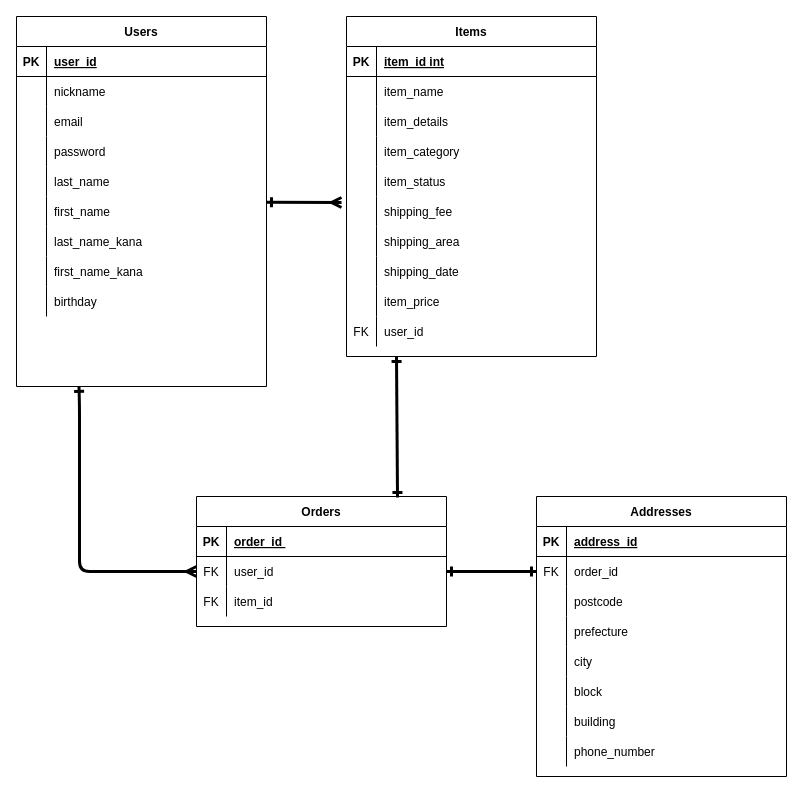
Earlier version of the draw.io diagram furima.dio (minori2109/furima-32518). Source tidied: cells renumbered, new cells numbered last; positions are measured from the earlier drawing's top-left corner, leaving out a move shared by most shapes. Both pictures are drawn from the tidied source at 100%, with x=0, y=0 at pixel (16, 16).
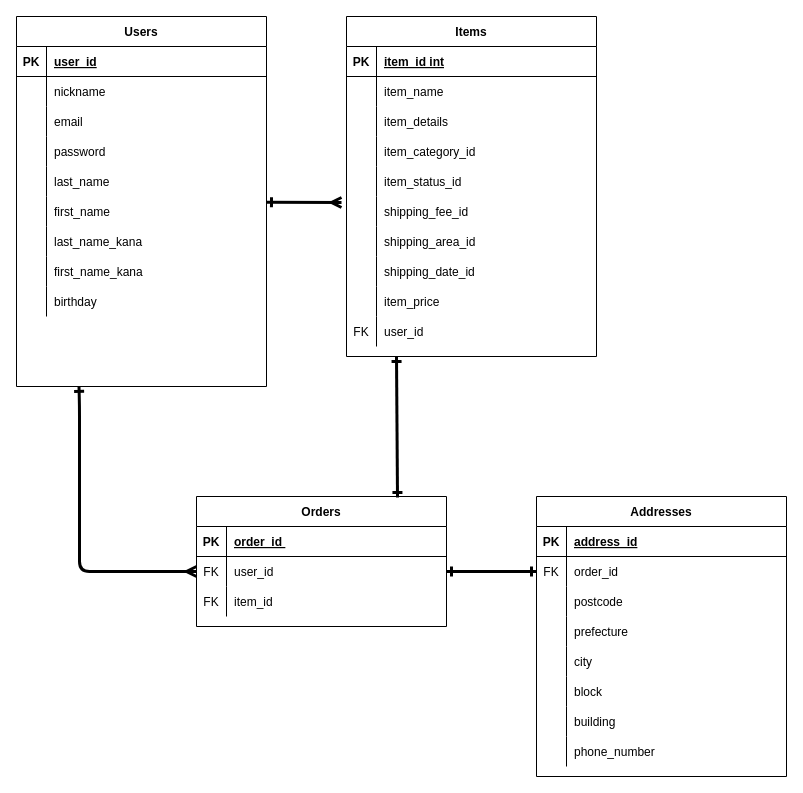
The same diagram, later.

Commit message (it also covers changes not shown here):
itemsテーブル修正

Unchanged cells that the change refers to:
```xml
<mxCell id="78" style="shape=partialRectangle;fillColor=none;top=0;left=0;right=0;bottom=0;" parent="68" vertex="1">
  <mxGeometry y="120" width="250" height="30" as="geometry" />
</mxCell>
<mxCell id="81" style="shape=partialRectangle;fillColor=none;top=0;left=0;right=0;bottom=0;" parent="68" vertex="1">
  <mxGeometry y="150" width="250" height="30" as="geometry" />
</mxCell>
<mxCell id="84" style="shape=partialRectangle;fillColor=none;points=[[0,0.5],[1,0.5]];portConstraint=eastwest;top=0;left=0;right=0;bottom=0;" parent="68" vertex="1">
  <mxGeometry y="180" width="250" height="30" as="geometry" />
</mxCell>
<mxCell id="87" style="shape=partialRectangle;fillColor=none;top=0;left=0;right=0;bottom=0;" parent="68" vertex="1">
  <mxGeometry y="210" width="250" height="30" as="geometry" />
</mxCell>
<mxCell id="90" style="shape=partialRectangle;fillColor=none;top=0;left=0;right=0;bottom=0;" parent="68" vertex="1">
  <mxGeometry y="240" width="250" height="30" as="geometry" />
</mxCell>
```

What changed in the source:
```diff
@@
-    <mxCell id="80" value="item_category " style="shape=partialRectangle;overflow=hidden;fillColor=none;top=0;left=0;bottom=0;right=0;align=left;spacingLeft=6;" parent="78" vertex="1">
+    <mxCell id="80" value="item_category_id" style="shape=partialRectangle;overflow=hidden;fillColor=none;top=0;left=0;bottom=0;right=0;align=left;spacingLeft=6;" parent="78" vertex="1">
       <mxGeometry x="30" width="220" height="30" as="geometry" />
     </mxCell>
@@
-    <mxCell id="83" value="item_status" style="shape=partialRectangle;overflow=hidden;fillColor=none;top=0;left=0;bottom=0;right=0;align=left;spacingLeft=6;" parent="81" vertex="1">
+    <mxCell id="83" value="item_status_id" style="shape=partialRectangle;overflow=hidden;fillColor=none;top=0;left=0;bottom=0;right=0;align=left;spacingLeft=6;" parent="81" vertex="1">
       <mxGeometry x="30" width="220" height="30" as="geometry" />
     </mxCell>
@@
-    <mxCell id="86" value="shipping_fee " style="shape=partialRectangle;overflow=hidden;fillColor=none;top=0;left=0;bottom=0;right=0;align=left;spacingLeft=6;" parent="84" vertex="1">
+    <mxCell id="86" value="shipping_fee_id" style="shape=partialRectangle;overflow=hidden;fillColor=none;top=0;left=0;bottom=0;right=0;align=left;spacingLeft=6;" parent="84" vertex="1">
       <mxGeometry x="30" width="220" height="30" as="geometry" />
     </mxCell>
@@
-    <mxCell id="89" value="shipping_area" style="shape=partialRectangle;overflow=hidden;fillColor=none;top=0;left=0;bottom=0;right=0;align=left;spacingLeft=6;" parent="87" vertex="1">
+    <mxCell id="89" value="shipping_area_id" style="shape=partialRectangle;overflow=hidden;fillColor=none;top=0;left=0;bottom=0;right=0;align=left;spacingLeft=6;" parent="87" vertex="1">
       <mxGeometry x="30" width="220" height="30" as="geometry" />
     </mxCell>
@@
-    <mxCell id="92" value="shipping_date" style="shape=partialRectangle;overflow=hidden;fillColor=none;top=0;left=0;bottom=0;right=0;align=left;spacingLeft=6;" parent="90" vertex="1">
+    <mxCell id="92" value="shipping_date_id" style="shape=partialRectangle;overflow=hidden;fillColor=none;top=0;left=0;bottom=0;right=0;align=left;spacingLeft=6;" parent="90" vertex="1">
       <mxGeometry x="30" width="220" height="30" as="geometry" />
     </mxCell>
```
